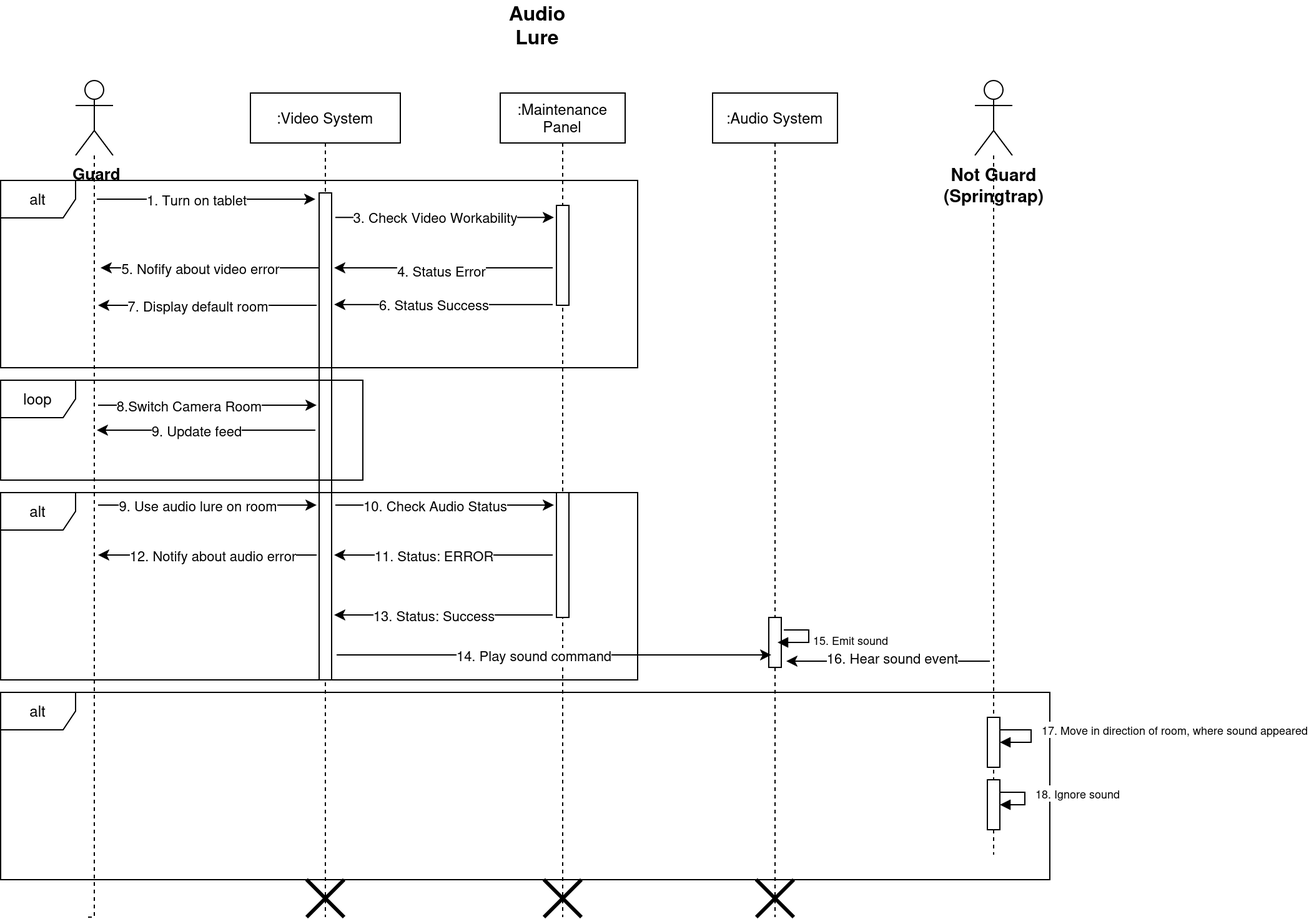
Earlier version of the draw.io export lab3/sequence_audiolure.png (Tr1ggerbtw/KPI-). Source tidied: cells renumbered, new cells last; positions are measured from the earlier drawing's top-left corner, leaving out a move shared by most shapes.
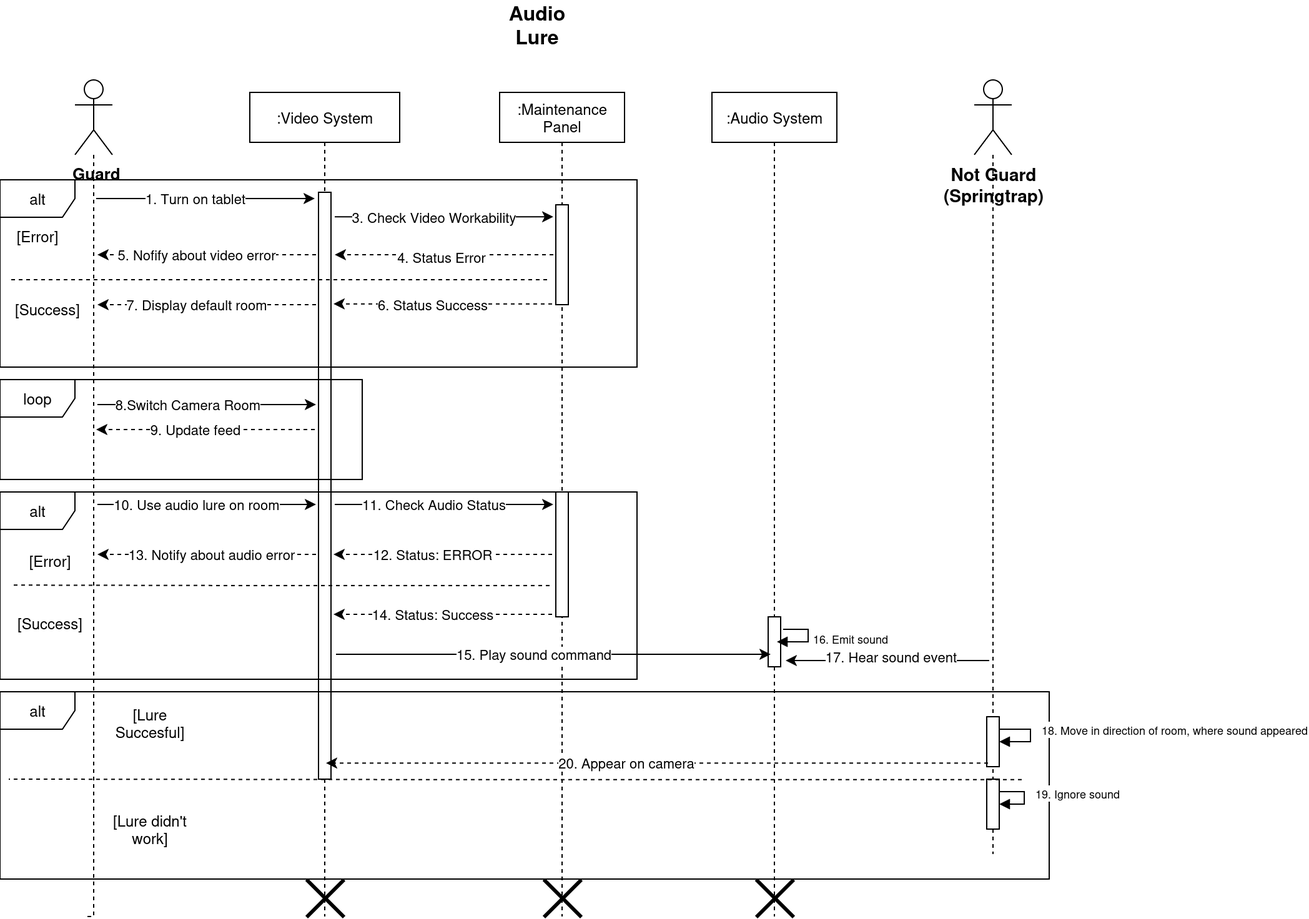
Above is the later version.

Commit message:
fix: change arrow type line in correct way

Change to the diagram source:
```diff
@@ -23,7 +23,7 @@
       <mxGeometry x="0.1" relative="1" as="geometry" />
     </mxCell>
     <mxCell id="7" style="html=1;perimeter=orthogonalPerimeter;targetShapes=umlLifeline;newEdgeStyle={&quot;curved&quot;:0,&quot;rounded&quot;:0};" parent="4" vertex="1">
-      <mxGeometry x="55" y="80" width="10" height="390" as="geometry" />
+      <mxGeometry x="55" y="80" width="10" height="470" as="geometry" />
     </mxCell>
     <mxCell id="8" style="shape=umlDestroy;whiteSpace=wrap;html=1;strokeWidth=3;targetShapes=umlLifeline;" parent="4" vertex="1">
       <mxGeometry x="45" y="630" width="30" height="30" as="geometry" />
@@ -37,7 +37,7 @@
         <mxPoint x="222" y="455" as="targetPoint" />
       </mxGeometry>
     </mxCell>
-    <mxCell id="11" value="16. Hear sound event" style="edgeLabel;html=1;align=center;verticalAlign=middle;" parent="10" vertex="1">
+    <mxCell id="11" value="17. Hear sound event" style="edgeLabel;html=1;align=center;verticalAlign=middle;" parent="10" vertex="1">
       <mxGeometry x="0.09" y="3" relative="1" as="geometry">
         <mxPoint x="-5" as="offset" />
       </mxGeometry>
@@ -45,7 +45,7 @@
     <mxCell id="12" style="html=1;perimeter=orthogonalPerimeter;targetShapes=umlLifeline;newEdgeStyle={&quot;curved&quot;:0,&quot;rounded&quot;:0};" parent="9" vertex="1">
       <mxGeometry x="45" y="420" width="10" height="40" as="geometry" />
     </mxCell>
-    <mxCell id="13" value="&lt;font style=&quot;font-size: 9px;&quot;&gt;15. Emit sound&lt;/font&gt;" style="html=1;align=left;spacingLeft=2;endArrow=block;rounded=0;edgeStyle=orthogonalEdgeStyle;curved=0;rounded=0;" parent="9" edge="1">
+    <mxCell id="13" value="&lt;font style=&quot;font-size: 9px;&quot;&gt;16. Emit sound&lt;/font&gt;" style="html=1;align=left;spacingLeft=2;endArrow=block;rounded=0;edgeStyle=orthogonalEdgeStyle;curved=0;rounded=0;" parent="9" edge="1">
       <mxGeometry relative="1" as="geometry">
         <mxPoint x="57" y="430" as="sourcePoint" />
         <mxPoint x="52" y="440" as="targetPoint" />
@@ -111,10 +111,10 @@
     <mxCell id="26" value="3. Check Video Workability" style="edgeLabel;html=1;align=center;verticalAlign=middle;" parent="25" vertex="1">
       <mxGeometry x="0.1" relative="1" as="geometry" />
     </mxCell>
-    <mxCell id="27" style="edgeStyle=orthogonalEdgeStyle;rounded=0;orthogonalLoop=1;jettySize=auto;html=1;curved=0;exitX=0;exitY=0;exitDx=0;exitDy=5;exitPerimeter=0;startArrow=none;startFill=0;endArrow=classic;endFill=1;" parent="1" edge="1">
+    <mxCell id="27" style="edgeStyle=orthogonalEdgeStyle;rounded=0;orthogonalLoop=1;jettySize=auto;html=1;curved=0;exitX=0;exitY=0;exitDx=0;exitDy=5;exitPerimeter=0;startArrow=none;startFill=0;endArrow=classic;endFill=1;dashed=1;" parent="1" edge="1">
       <mxGeometry relative="1" as="geometry">
-        <mxPoint x="442" y="210" as="sourcePoint" />
-        <mxPoint x="267" y="210" as="targetPoint" />
+        <mxPoint x="443" y="200" as="sourcePoint" />
+        <mxPoint x="268" y="200" as="targetPoint" />
       </mxGeometry>
     </mxCell>
     <mxCell id="28" value="4. Status Error" style="edgeLabel;html=1;align=center;verticalAlign=middle;" parent="27" vertex="1">
@@ -123,16 +123,16 @@
     <mxCell id="29" value="alt" style="shape=umlFrame;whiteSpace=wrap;html=1;" parent="1" vertex="1">
       <mxGeometry y="140" width="510" height="150" as="geometry" />
     </mxCell>
-    <mxCell id="30" style="edgeStyle=orthogonalEdgeStyle;rounded=0;orthogonalLoop=1;jettySize=auto;html=1;curved=0;exitX=0;exitY=0;exitDx=0;exitDy=5;exitPerimeter=0;startArrow=none;startFill=0;endArrow=classic;endFill=1;" parent="1" edge="1">
+    <mxCell id="30" style="edgeStyle=orthogonalEdgeStyle;rounded=0;orthogonalLoop=1;jettySize=auto;html=1;curved=0;exitX=0;exitY=0;exitDx=0;exitDy=5;exitPerimeter=0;startArrow=none;startFill=0;endArrow=classic;endFill=1;dashed=1;" parent="1" edge="1">
       <mxGeometry relative="1" as="geometry">
-        <mxPoint x="255" y="210" as="sourcePoint" />
-        <mxPoint x="80" y="210" as="targetPoint" />
+        <mxPoint x="253" y="200" as="sourcePoint" />
+        <mxPoint x="78" y="200" as="targetPoint" />
       </mxGeometry>
     </mxCell>
     <mxCell id="31" value="5. Nofify about video error" style="edgeLabel;html=1;align=center;verticalAlign=middle;" parent="30" vertex="1">
       <mxGeometry x="0.1" relative="1" as="geometry" />
     </mxCell>
-    <mxCell id="32" style="edgeStyle=orthogonalEdgeStyle;rounded=0;orthogonalLoop=1;jettySize=auto;html=1;curved=0;exitX=0;exitY=0;exitDx=0;exitDy=5;exitPerimeter=0;startArrow=none;startFill=0;endArrow=classic;endFill=1;" parent="1" edge="1">
+    <mxCell id="32" style="edgeStyle=orthogonalEdgeStyle;rounded=0;orthogonalLoop=1;jettySize=auto;html=1;curved=0;exitX=0;exitY=0;exitDx=0;exitDy=5;exitPerimeter=0;startArrow=none;startFill=0;endArrow=classic;endFill=1;dashed=1;" parent="1" edge="1">
       <mxGeometry relative="1" as="geometry">
         <mxPoint x="442" y="239.4" as="sourcePoint" />
         <mxPoint x="267" y="239.4" as="targetPoint" />
@@ -141,7 +141,7 @@
     <mxCell id="33" value="6. Status Success" style="edgeLabel;html=1;align=center;verticalAlign=middle;" parent="32" vertex="1">
       <mxGeometry x="0.1" relative="1" as="geometry" />
     </mxCell>
-    <mxCell id="34" style="edgeStyle=orthogonalEdgeStyle;rounded=0;orthogonalLoop=1;jettySize=auto;html=1;curved=0;exitX=0;exitY=0;exitDx=0;exitDy=5;exitPerimeter=0;startArrow=none;startFill=0;endArrow=classic;endFill=1;" parent="1" edge="1">
+    <mxCell id="34" style="edgeStyle=orthogonalEdgeStyle;rounded=0;orthogonalLoop=1;jettySize=auto;html=1;curved=0;exitX=0;exitY=0;exitDx=0;exitDy=5;exitPerimeter=0;startArrow=none;startFill=0;endArrow=classic;endFill=1;dashed=1;" parent="1" edge="1">
       <mxGeometry relative="1" as="geometry">
         <mxPoint x="253" y="240" as="sourcePoint" />
         <mxPoint x="78" y="240" as="targetPoint" />
@@ -150,7 +150,7 @@
     <mxCell id="35" value="7. Display default room" style="edgeLabel;html=1;align=center;verticalAlign=middle;" parent="34" vertex="1">
       <mxGeometry x="0.1" relative="1" as="geometry" />
     </mxCell>
-    <mxCell id="36" style="edgeStyle=orthogonalEdgeStyle;rounded=0;orthogonalLoop=1;jettySize=auto;html=1;curved=0;exitX=0;exitY=0;exitDx=0;exitDy=5;exitPerimeter=0;startArrow=none;startFill=0;endArrow=classic;endFill=1;" parent="1" edge="1">
+    <mxCell id="36" style="edgeStyle=orthogonalEdgeStyle;rounded=0;orthogonalLoop=1;jettySize=auto;html=1;curved=0;exitX=0;exitY=0;exitDx=0;exitDy=5;exitPerimeter=0;startArrow=none;startFill=0;endArrow=classic;endFill=1;dashed=1;" parent="1" edge="1">
       <mxGeometry relative="1" as="geometry">
         <mxPoint x="252" y="340" as="sourcePoint" />
         <mxPoint x="77" y="340" as="targetPoint" />
@@ -165,7 +165,7 @@
         <mxPoint x="78" y="400" as="targetPoint" />
       </mxGeometry>
     </mxCell>
-    <mxCell id="39" value="9. Use audio lure on room" style="edgeLabel;html=1;align=center;verticalAlign=middle;" parent="38" vertex="1">
+    <mxCell id="39" value="10. Use audio lure on room" style="edgeLabel;html=1;align=center;verticalAlign=middle;" parent="38" vertex="1">
       <mxGeometry x="0.1" relative="1" as="geometry" />
     </mxCell>
     <mxCell id="40" style="edgeStyle=orthogonalEdgeStyle;rounded=0;orthogonalLoop=1;jettySize=auto;html=1;curved=0;startArrow=classic;startFill=1;endArrow=none;endFill=0;" parent="1" edge="1">
@@ -174,36 +174,36 @@
         <mxPoint x="268" y="400" as="targetPoint" />
       </mxGeometry>
     </mxCell>
-    <mxCell id="41" value="10. Check Audio Status" style="edgeLabel;html=1;align=center;verticalAlign=middle;" parent="40" vertex="1">
+    <mxCell id="41" value="11. Check Audio Status" style="edgeLabel;html=1;align=center;verticalAlign=middle;" parent="40" vertex="1">
       <mxGeometry x="0.1" relative="1" as="geometry" />
     </mxCell>
-    <mxCell id="42" style="edgeStyle=orthogonalEdgeStyle;rounded=0;orthogonalLoop=1;jettySize=auto;html=1;curved=0;startArrow=none;startFill=0;endArrow=classic;endFill=1;" parent="1" edge="1">
+    <mxCell id="42" style="edgeStyle=orthogonalEdgeStyle;rounded=0;orthogonalLoop=1;jettySize=auto;html=1;curved=0;startArrow=none;startFill=0;endArrow=classic;endFill=1;dashed=1;" parent="1" edge="1">
       <mxGeometry relative="1" as="geometry">
         <mxPoint x="442" y="440" as="sourcePoint" />
         <mxPoint x="267" y="440" as="targetPoint" />
       </mxGeometry>
     </mxCell>
-    <mxCell id="43" value="11. Status: ERROR" style="edgeLabel;html=1;align=center;verticalAlign=middle;" parent="42" vertex="1">
+    <mxCell id="43" value="12. Status: ERROR" style="edgeLabel;html=1;align=center;verticalAlign=middle;" parent="42" vertex="1">
       <mxGeometry x="0.1" relative="1" as="geometry" />
     </mxCell>
-    <mxCell id="44" style="edgeStyle=orthogonalEdgeStyle;rounded=0;orthogonalLoop=1;jettySize=auto;html=1;curved=0;startArrow=none;startFill=0;endArrow=classic;endFill=1;" parent="1" edge="1">
+    <mxCell id="44" style="edgeStyle=orthogonalEdgeStyle;rounded=0;orthogonalLoop=1;jettySize=auto;html=1;curved=0;startArrow=none;startFill=0;endArrow=classic;endFill=1;dashed=1;" parent="1" edge="1">
       <mxGeometry relative="1" as="geometry">
         <mxPoint x="253" y="440" as="sourcePoint" />
         <mxPoint x="78" y="440" as="targetPoint" />
       </mxGeometry>
     </mxCell>
-    <mxCell id="45" value="12. Notify about audio error" style="edgeLabel;html=1;align=center;verticalAlign=middle;" parent="44" vertex="1">
+    <mxCell id="45" value="13. Notify about audio error" style="edgeLabel;html=1;align=center;verticalAlign=middle;" parent="44" vertex="1">
       <mxGeometry x="0.1" relative="1" as="geometry">
         <mxPoint x="12" as="offset" />
       </mxGeometry>
     </mxCell>
-    <mxCell id="46" style="edgeStyle=orthogonalEdgeStyle;rounded=0;orthogonalLoop=1;jettySize=auto;html=1;curved=0;startArrow=none;startFill=0;endArrow=classic;endFill=1;" parent="1" edge="1">
+    <mxCell id="46" style="edgeStyle=orthogonalEdgeStyle;rounded=0;orthogonalLoop=1;jettySize=auto;html=1;curved=0;startArrow=none;startFill=0;endArrow=classic;endFill=1;dashed=1;" parent="1" edge="1">
       <mxGeometry relative="1" as="geometry">
         <mxPoint x="442" y="488" as="sourcePoint" />
         <mxPoint x="267" y="488" as="targetPoint" />
       </mxGeometry>
     </mxCell>
-    <mxCell id="47" value="13. Status: Success" style="edgeLabel;html=1;align=center;verticalAlign=middle;" parent="46" vertex="1">
+    <mxCell id="47" value="14. Status: Success" style="edgeLabel;html=1;align=center;verticalAlign=middle;" parent="46" vertex="1">
       <mxGeometry x="0.1" relative="1" as="geometry" />
     </mxCell>
     <mxCell id="48" style="edgeStyle=orthogonalEdgeStyle;rounded=0;orthogonalLoop=1;jettySize=auto;html=1;curved=0;startArrow=classic;startFill=1;endArrow=none;endFill=0;" parent="1" edge="1">
@@ -212,7 +212,7 @@
         <mxPoint x="269" y="520" as="targetPoint" />
       </mxGeometry>
     </mxCell>
-    <mxCell id="49" value="14. Play sound command" style="edgeLabel;html=1;align=center;verticalAlign=middle;" parent="48" vertex="1">
+    <mxCell id="49" value="15. Play sound command" style="edgeLabel;html=1;align=center;verticalAlign=middle;" parent="48" vertex="1">
       <mxGeometry x="0.1" relative="1" as="geometry" />
     </mxCell>
     <mxCell id="50" value="alt" style="shape=umlFrame;whiteSpace=wrap;html=1;" parent="1" vertex="1">
@@ -224,7 +224,7 @@
     <mxCell id="52" style="html=1;points=[[0,0,0,0,5],[0,1,0,0,-5],[1,0,0,0,5],[1,1,0,0,-5]];perimeter=orthogonalPerimeter;outlineConnect=0;targetShapes=umlLifeline;portConstraint=eastwest;newEdgeStyle={&quot;curved&quot;:0,&quot;rounded&quot;:0};" parent="1" vertex="1">
       <mxGeometry x="790" y="570" width="10" height="40" as="geometry" />
     </mxCell>
-    <mxCell id="53" value="&lt;font style=&quot;font-size: 9px;&quot;&gt;17. Move in direction of room, where sound appeared&lt;/font&gt;" style="html=1;align=left;spacingLeft=2;endArrow=block;rounded=0;edgeStyle=orthogonalEdgeStyle;curved=0;rounded=0;" parent="1" edge="1" source="52">
+    <mxCell id="53" value="&lt;font style=&quot;font-size: 9px;&quot;&gt;18. Move in direction of room, where sound appeared&lt;/font&gt;" style="html=1;align=left;spacingLeft=2;endArrow=block;rounded=0;edgeStyle=orthogonalEdgeStyle;curved=0;rounded=0;" parent="1" edge="1" source="52">
       <mxGeometry x="-0.17" y="5" relative="1" as="geometry">
         <mxPoint x="800" y="590" as="targetPoint" />
         <Array as="points">
@@ -236,7 +236,7 @@
     <mxCell id="54" style="html=1;points=[[0,0,0,0,5],[0,1,0,0,-5],[1,0,0,0,5],[1,1,0,0,-5]];perimeter=orthogonalPerimeter;outlineConnect=0;targetShapes=umlLifeline;portConstraint=eastwest;newEdgeStyle={&quot;curved&quot;:0,&quot;rounded&quot;:0};" parent="1" vertex="1">
       <mxGeometry x="790" y="620" width="10" height="40" as="geometry" />
     </mxCell>
-    <mxCell id="55" value="&lt;font style=&quot;font-size: 9px;&quot;&gt;18. Ignore sound&lt;/font&gt;" style="html=1;align=left;spacingLeft=2;endArrow=block;rounded=0;edgeStyle=orthogonalEdgeStyle;curved=0;rounded=0;" parent="1" edge="1" source="54" target="54">
+    <mxCell id="55" value="&lt;font style=&quot;font-size: 9px;&quot;&gt;19. Ignore sound&lt;/font&gt;" style="html=1;align=left;spacingLeft=2;endArrow=block;rounded=0;edgeStyle=orthogonalEdgeStyle;curved=0;rounded=0;" parent="1" edge="1" source="54" target="54">
       <mxGeometry x="-0.17" y="5" relative="1" as="geometry">
         <Array as="points">
           <mxPoint x="820" y="630" />
@@ -244,5 +244,50 @@
         </Array>
       </mxGeometry>
     </mxCell>
+    <mxCell id="56" style="edgeStyle=orthogonalEdgeStyle;rounded=0;orthogonalLoop=1;jettySize=auto;html=1;curved=0;startArrow=none;startFill=0;endArrow=none;endFill=0;dashed=1;" parent="1" edge="1">
+      <mxGeometry relative="1" as="geometry">
+        <mxPoint x="438" y="220" as="sourcePoint" />
+        <mxPoint x="8" y="220" as="targetPoint" />
+      </mxGeometry>
+    </mxCell>
+    <mxCell id="57" value="[Error]" style="text;html=1;whiteSpace=wrap;strokeColor=none;fillColor=none;align=center;verticalAlign=middle;rounded=0;" parent="1" vertex="1">
+      <mxGeometry y="170" width="60" height="30" as="geometry" />
+    </mxCell>
+    <mxCell id="58" value="[Success]" style="text;whiteSpace=wrap;html=1;" parent="1" vertex="1">
+      <mxGeometry x="10" y="230" width="70" height="40" as="geometry" />
+    </mxCell>
+    <mxCell id="59" style="edgeStyle=orthogonalEdgeStyle;rounded=0;orthogonalLoop=1;jettySize=auto;html=1;curved=0;startArrow=none;startFill=0;endArrow=none;endFill=0;dashed=1;" parent="1" edge="1">
+      <mxGeometry relative="1" as="geometry">
+        <mxPoint x="440" y="465" as="sourcePoint" />
+        <mxPoint x="8" y="464.6" as="targetPoint" />
+      </mxGeometry>
+    </mxCell>
+    <mxCell id="60" value="[Error]" style="text;html=1;whiteSpace=wrap;strokeColor=none;fillColor=none;align=center;verticalAlign=middle;rounded=0;" parent="1" vertex="1">
+      <mxGeometry x="10" y="430" width="60" height="30" as="geometry" />
+    </mxCell>
+    <mxCell id="61" value="[Success]" style="text;html=1;whiteSpace=wrap;strokeColor=none;fillColor=none;align=center;verticalAlign=middle;rounded=0;" parent="1" vertex="1">
+      <mxGeometry x="10" y="480" width="60" height="30" as="geometry" />
+    </mxCell>
+    <mxCell id="62" style="edgeStyle=orthogonalEdgeStyle;rounded=0;orthogonalLoop=1;jettySize=auto;html=1;curved=0;startArrow=none;startFill=0;endArrow=none;endFill=0;dashed=1;" parent="1" edge="1">
+      <mxGeometry relative="1" as="geometry">
+        <mxPoint x="818" y="620.4" as="sourcePoint" />
+        <mxPoint x="7" y="620" as="targetPoint" />
+      </mxGeometry>
+    </mxCell>
+    <mxCell id="63" value="[Lure Succesful]" style="text;html=1;whiteSpace=wrap;strokeColor=none;fillColor=none;align=center;verticalAlign=middle;rounded=0;" parent="1" vertex="1">
+      <mxGeometry x="90" y="560" width="60" height="30" as="geometry" />
+    </mxCell>
+    <mxCell id="64" value="[Lure didn't work]" style="text;html=1;whiteSpace=wrap;strokeColor=none;fillColor=none;align=center;verticalAlign=middle;rounded=0;" parent="1" vertex="1">
+      <mxGeometry x="85" y="640" width="70" height="40" as="geometry" />
+    </mxCell>
+    <mxCell id="65" style="edgeStyle=orthogonalEdgeStyle;rounded=0;orthogonalLoop=1;jettySize=auto;html=1;curved=0;startArrow=none;startFill=0;endArrow=classic;endFill=1;dashed=1;" parent="1" edge="1">
+      <mxGeometry relative="1" as="geometry">
+        <mxPoint x="791" y="607.2" as="sourcePoint" />
+        <mxPoint x="261" y="607.2" as="targetPoint" />
+      </mxGeometry>
+    </mxCell>
+    <mxCell id="66" value="20. Appear on camera" style="edgeLabel;html=1;align=center;verticalAlign=middle;" parent="65" vertex="1">
+      <mxGeometry x="0.1" relative="1" as="geometry" />
+    </mxCell>
   </root>
 </mxGraphModel>
```
